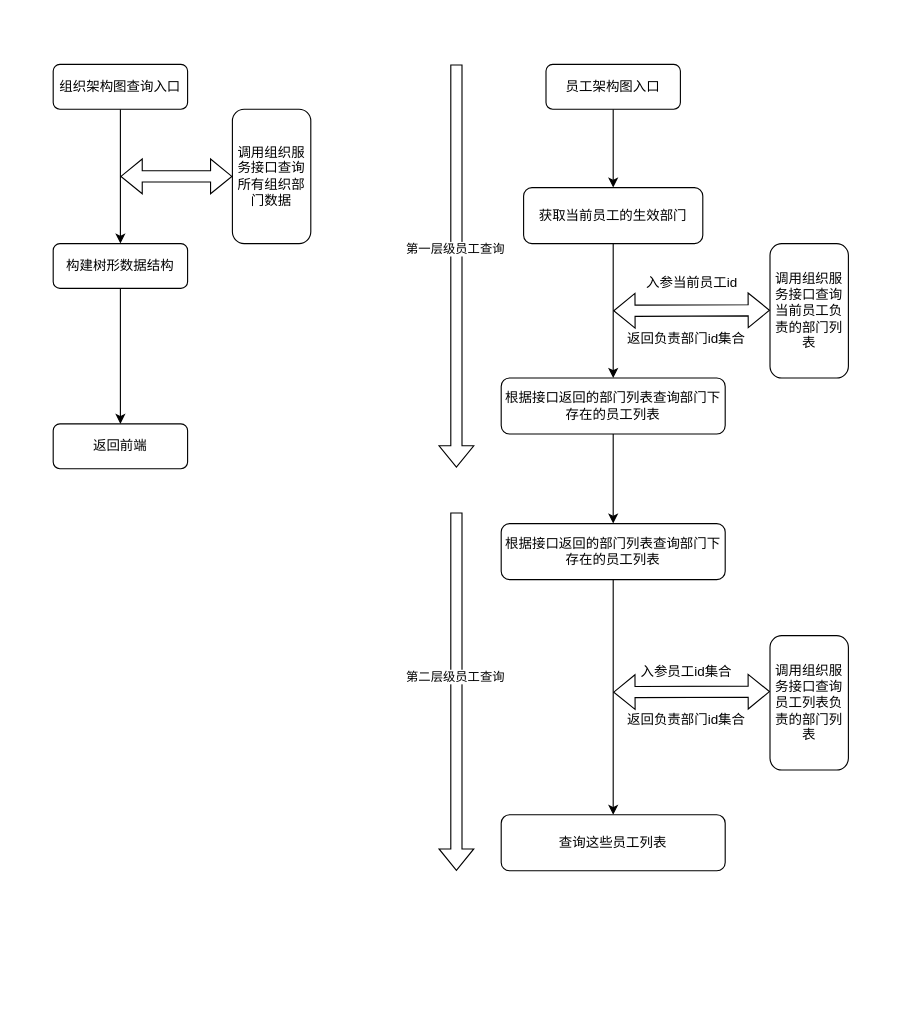
Before: 我的团队.drawio in Super-YYQ/drawIo, a draw.io diagram. Source tidied: cells renumbered, new cells numbered last; positions are measured from the earlier drawing's top-left corner, leaving out a move shared by most shapes. Both pictures are drawn from the tidied source at 112%, with x=0, y=0 at pixel (53, 64).
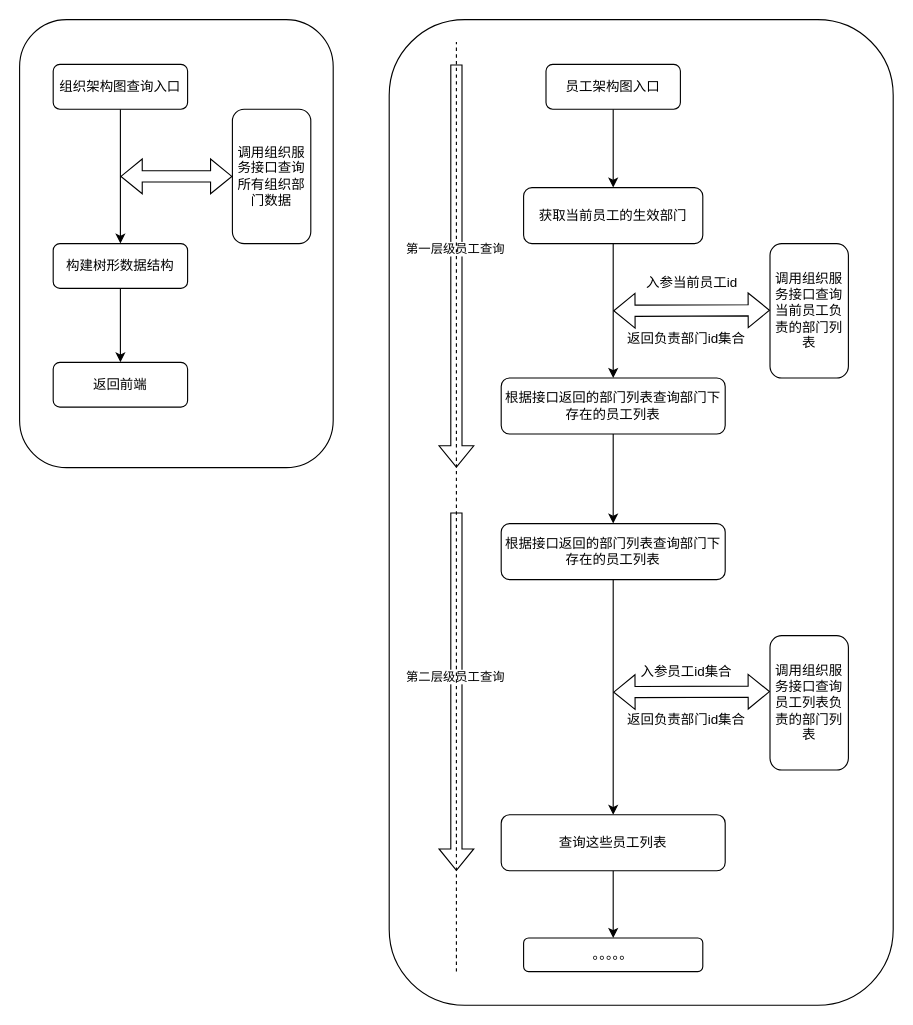
After the change.

Commit message (it also covers changes not shown here):
更新我的团队.drawio

Unchanged cells that the change refers to:
```xml
<mxCell id="23" value="查询这些员工列表" style="whiteSpace=wrap;html=1;rounded=1;" parent="1" vertex="1">
  <mxGeometry x="400" y="670" width="200" height="50" as="geometry" />
</mxCell>
```

The edit, as a diff of the source:
```diff
@@
+    <mxCell id="30" style="rounded=1;whiteSpace=wrap;html=1;" parent="1" vertex="1">
+      <mxGeometry x="300" y="-40" width="450" height="880" as="geometry" />
+    </mxCell>
+    <mxCell id="31" style="rounded=1;whiteSpace=wrap;html=1;" parent="1" vertex="1">
+      <mxGeometry x="-30" y="-40" width="280" height="400" as="geometry" />
+    </mxCell>
@@
     <mxCell id="7" value="返回前端" style="rounded=1;whiteSpace=wrap;html=1;" parent="1" vertex="1">
-      <mxGeometry y="321" width="120" height="40" as="geometry" />
+      <mxGeometry y="266" width="120" height="40" as="geometry" />
     </mxCell>
@@
+    <mxCell id="32" style="edgeStyle=orthogonalEdgeStyle;rounded=0;jettySize=auto;html=1;" parent="1" edge="1" source="23" target="34">
+      <mxGeometry relative="1" as="geometry" />
+    </mxCell>
@@
+    <mxCell id="33" style="endArrow=none;dashed=1;html=1;rounded=0;" parent="1" edge="1">
+      <mxGeometry relative="1" as="geometry">
+        <mxPoint x="360" y="810" as="sourcePoint" />
+        <mxPoint x="360" y="-20" as="targetPoint" />
+      </mxGeometry>
+    </mxCell>
+    <mxCell id="34" value="。。。。。" style="whiteSpace=wrap;html=1;rounded=1;" parent="1" vertex="1">
+      <mxGeometry x="420" y="780" width="160" height="30" as="geometry" />
+    </mxCell>
```
